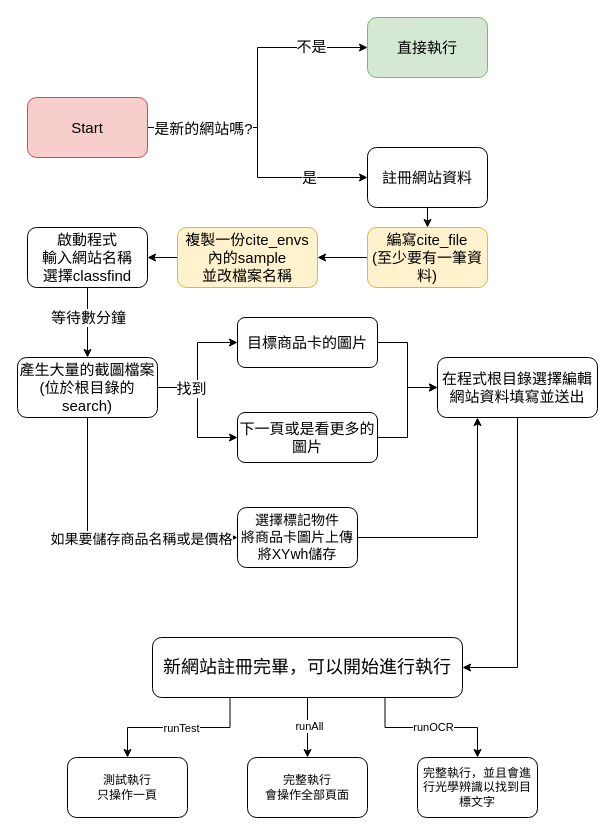
Before: 使用說明書.drawio in roleecorn/drawio, a draw.io diagram. Source tidied: cells renumbered, new cells numbered last; positions are measured from the earlier drawing's top-left corner, leaving out a move shared by most shapes. Both pictures are drawn from the tidied source at 100%, with x=0, y=0 at pixel (17, 17).
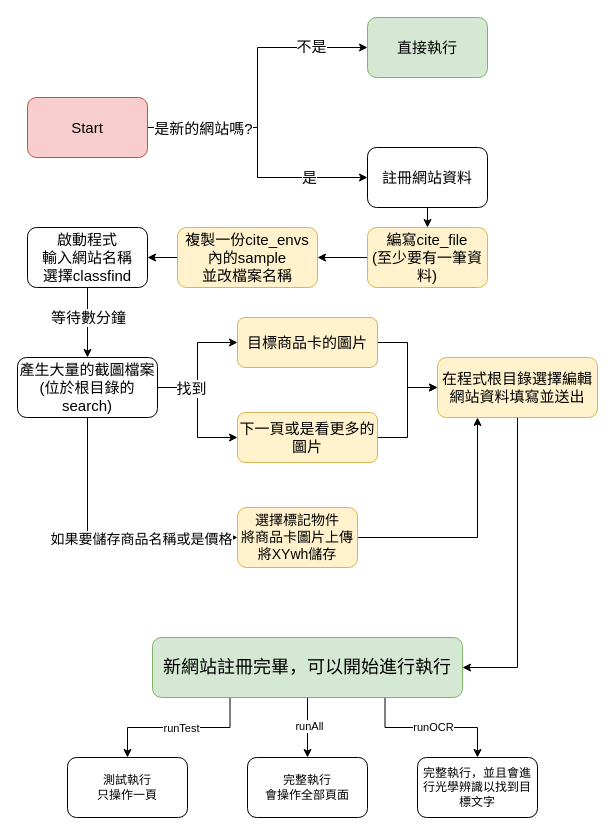
Above is the later version.

Commit message (it also covers changes not shown here):
更新使用說明書.drawio

Diff of the diagram source:
```diff
@@
-    <mxCell id="25" value="目標商品卡的圖片" style="rounded=1;whiteSpace=wrap;html=1;fontSize=15;" parent="1" vertex="1">
+    <mxCell id="25" value="目標商品卡的圖片" style="rounded=1;whiteSpace=wrap;html=1;fontSize=15;fillColor=#fff2cc;strokeColor=#d6b656;" parent="1" vertex="1">
       <mxGeometry x="220" y="300" width="140" height="50" as="geometry" />
     </mxCell>
@@
-    <mxCell id="27" value="下一頁或是看更多的圖片" style="rounded=1;whiteSpace=wrap;html=1;fontSize=15;" parent="1" vertex="1">
+    <mxCell id="27" value="下一頁或是看更多的圖片" style="rounded=1;whiteSpace=wrap;html=1;fontSize=15;fillColor=#fff2cc;strokeColor=#d6b656;" parent="1" vertex="1">
       <mxGeometry x="220" y="395" width="140" height="50" as="geometry" />
     </mxCell>
@@
-    <mxCell id="29" value="在程式根目錄選擇編輯網站資料填寫並送出" style="rounded=1;whiteSpace=wrap;html=1;fontSize=15;" parent="1" vertex="1">
+    <mxCell id="29" value="在程式根目錄選擇編輯網站資料填寫並送出" style="rounded=1;whiteSpace=wrap;html=1;fontSize=15;fillColor=#fff2cc;strokeColor=#d6b656;" parent="1" vertex="1">
       <mxGeometry x="420" y="340" width="160" height="60" as="geometry" />
     </mxCell>
@@
-    <mxCell id="36" value="&lt;font style=&quot;font-size: 18px;&quot;&gt;新網站註冊完畢，可以開始進行執行&lt;/font&gt;" style="rounded=1;whiteSpace=wrap;html=1;" parent="1" vertex="1">
+    <mxCell id="36" value="&lt;font style=&quot;font-size: 18px;&quot;&gt;新網站註冊完畢，可以開始進行執行&lt;/font&gt;" style="rounded=1;whiteSpace=wrap;html=1;fillColor=#d5e8d4;strokeColor=#82b366;" parent="1" vertex="1">
       <mxGeometry x="135" y="620" width="310" height="60" as="geometry" />
     </mxCell>
@@
-    <mxCell id="41" value="選擇標記物件&lt;br style=&quot;font-size: 14px;&quot;&gt;將商品卡圖片上傳&lt;br style=&quot;font-size: 14px;&quot;&gt;將XYwh儲存" style="rounded=1;whiteSpace=wrap;html=1;fontSize=14;" parent="1" vertex="1">
+    <mxCell id="41" value="選擇標記物件&lt;br style=&quot;font-size: 14px;&quot;&gt;將商品卡圖片上傳&lt;br style=&quot;font-size: 14px;&quot;&gt;將XYwh儲存" style="rounded=1;whiteSpace=wrap;html=1;fontSize=14;fillColor=#fff2cc;strokeColor=#d6b656;" parent="1" vertex="1">
       <mxGeometry x="220" y="490" width="120" height="60" as="geometry" />
     </mxCell>
```
